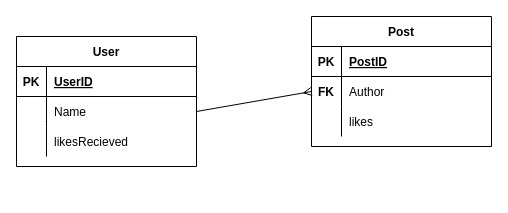
Before: .drawio in WDI-SEA/diy-api, a draw.io diagram. Source tidied: cells renumbered, new cells numbered last; positions are measured from the earlier drawing's top-left corner, leaving out a move shared by most shapes. Both pictures are drawn from the tidied source at 100%, with x=0, y=0 at pixel (16, 16).
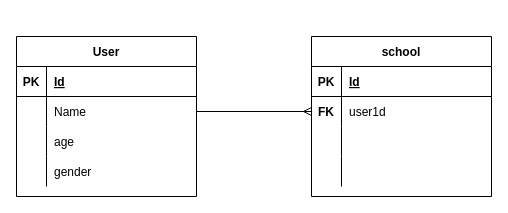
The same diagram, later.

The change refers to these unchanged cells:
```xml
<mxCell id="3" style="shape=partialRectangle;fillColor=none;top=0;left=0;bottom=1;right=0;" parent="2" vertex="1">
  <mxGeometry y="30" width="180" height="30" as="geometry" />
</mxCell>
<mxCell id="9" style="shape=partialRectangle;fillColor=none;top=0;left=0;bottom=0;right=0;" parent="2" vertex="1">
  <mxGeometry y="90" width="180" height="30" as="geometry" />
</mxCell>
<mxCell id="13" style="shape=partialRectangle;fillColor=none;top=0;left=0;bottom=1;right=0;" parent="12" vertex="1">
  <mxGeometry y="30" width="180" height="30" as="geometry" />
</mxCell>
<mxCell id="16" style="shape=partialRectangle;fillColor=none;top=0;left=0;bottom=0;right=0;points=[[0,0.5],[1,0.5]];portConstraint=eastwest;" parent="12" vertex="1">
  <mxGeometry y="60" width="180" height="30" as="geometry" />
</mxCell>
<mxCell id="19" style="shape=partialRectangle;fillColor=none;top=0;left=0;bottom=0;right=0;" parent="12" vertex="1">
  <mxGeometry y="90" width="180" height="30" as="geometry" />
</mxCell>
```

What changed in the source:
```diff
@@
     <mxCell id="2" value="User" style="shape=table;startSize=30;childLayout=tableLayout;rowLines=0;fontStyle=1;align=center;" parent="1" vertex="1">
-      <mxGeometry y="20" width="180" height="130" as="geometry" />
+      <mxGeometry y="20" width="180" height="160" as="geometry" />
     </mxCell>
@@
-    <mxCell id="5" value="UserID" style="shape=partialRectangle;fillColor=none;top=0;left=0;bottom=0;right=0;align=left;spacingLeft=6;fontStyle=5;overflow=hidden;" parent="3" vertex="1">
+    <mxCell id="5" value="Id" style="shape=partialRectangle;fillColor=none;top=0;left=0;bottom=0;right=0;align=left;spacingLeft=6;fontStyle=5;overflow=hidden;" parent="3" vertex="1">
       <mxGeometry x="30" width="150" height="30" as="geometry" />
     </mxCell>
@@
-    <mxCell id="11" value="likesRecieved" style="shape=partialRectangle;fillColor=none;top=0;left=0;bottom=0;right=0;align=left;spacingLeft=6;overflow=hidden;" parent="9" vertex="1">
+    <mxCell id="11" value="age" style="shape=partialRectangle;fillColor=none;top=0;left=0;bottom=0;right=0;align=left;spacingLeft=6;overflow=hidden;" parent="9" vertex="1">
       <mxGeometry x="30" width="150" height="30" as="geometry" />
     </mxCell>
+    <mxCell id="23" style="shape=partialRectangle;fillColor=none;top=0;left=0;bottom=0;right=0;" parent="2" vertex="1">
+      <mxGeometry y="120" width="180" height="30" as="geometry" />
+    </mxCell>
+    <mxCell id="24" style="shape=partialRectangle;fillColor=none;top=0;left=0;bottom=0;right=0;overflow=hidden;" parent="23" vertex="1">
+      <mxGeometry width="30" height="30" as="geometry" />
+    </mxCell>
+    <mxCell id="25" value="gender" style="shape=partialRectangle;fillColor=none;top=0;left=0;bottom=0;right=0;align=left;spacingLeft=6;overflow=hidden;" parent="23" vertex="1">
+      <mxGeometry x="30" width="150" height="30" as="geometry" />
+    </mxCell>
-    <mxCell id="12" value="Post" style="shape=table;startSize=30;childLayout=tableLayout;rowLines=0;fontStyle=1;align=center;" parent="1" vertex="1">
-      <mxGeometry x="295" width="180" height="130" as="geometry" />
+    <mxCell id="12" value="school" style="shape=table;startSize=30;childLayout=tableLayout;rowLines=0;fontStyle=1;align=center;" parent="1" vertex="1">
+      <mxGeometry x="295" y="20" width="180" height="160" as="geometry" />
     </mxCell>
@@
-    <mxCell id="15" value="PostID" style="shape=partialRectangle;fillColor=none;top=0;left=0;bottom=0;right=0;align=left;spacingLeft=6;fontStyle=5;overflow=hidden;" parent="13" vertex="1">
+    <mxCell id="15" value="Id" style="shape=partialRectangle;fillColor=none;top=0;left=0;bottom=0;right=0;align=left;spacingLeft=6;fontStyle=5;overflow=hidden;" parent="13" vertex="1">
       <mxGeometry x="30" width="150" height="30" as="geometry" />
     </mxCell>
@@
-    <mxCell id="18" value="Author" style="shape=partialRectangle;fillColor=none;top=0;left=0;bottom=0;right=0;align=left;spacingLeft=6;overflow=hidden;" parent="16" vertex="1">
+    <mxCell id="18" value="user1d" style="shape=partialRectangle;fillColor=none;top=0;left=0;bottom=0;right=0;align=left;spacingLeft=6;overflow=hidden;" parent="16" vertex="1">
       <mxGeometry x="30" width="150" height="30" as="geometry" />
     </mxCell>
@@
-    <mxCell id="21" value="likes" style="shape=partialRectangle;fillColor=none;top=0;left=0;bottom=0;right=0;align=left;spacingLeft=6;overflow=hidden;" parent="19" vertex="1">
+    <mxCell id="21" style="shape=partialRectangle;fillColor=none;top=0;left=0;bottom=0;right=0;align=left;spacingLeft=6;overflow=hidden;" parent="19" vertex="1">
       <mxGeometry x="30" width="150" height="30" as="geometry" />
     </mxCell>
+    <mxCell id="26" style="shape=partialRectangle;fillColor=none;top=0;left=0;bottom=0;right=0;" parent="12" vertex="1">
+      <mxGeometry y="120" width="180" height="30" as="geometry" />
+    </mxCell>
+    <mxCell id="27" style="shape=partialRectangle;fillColor=none;top=0;left=0;bottom=0;right=0;overflow=hidden;" parent="26" vertex="1">
+      <mxGeometry width="30" height="30" as="geometry" />
+    </mxCell>
+    <mxCell id="28" style="shape=partialRectangle;fillColor=none;top=0;left=0;bottom=0;right=0;align=left;spacingLeft=6;overflow=hidden;" parent="26" vertex="1">
+      <mxGeometry x="30" width="150" height="30" as="geometry" />
+    </mxCell>
```
